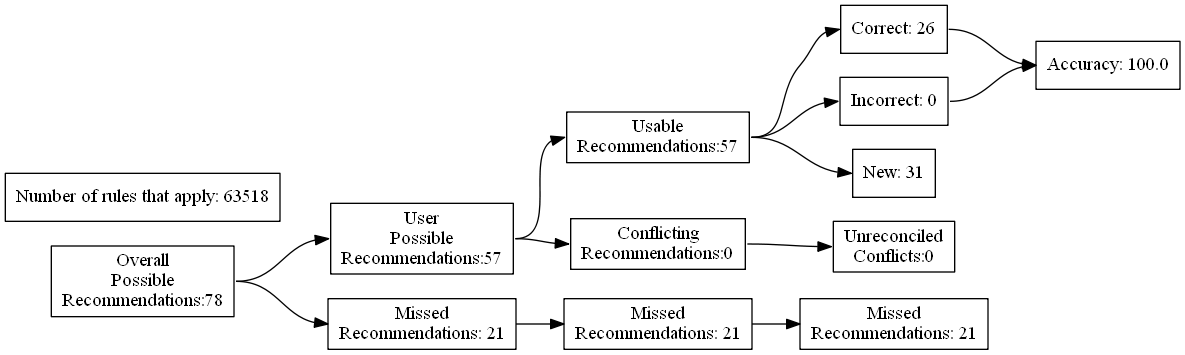
Before: test_renders/4.gv.png, a diagram exported from Graphviz (ZaxR/ibd_diet_analysis). Its source is kept beside it as test_renders/4.gv.
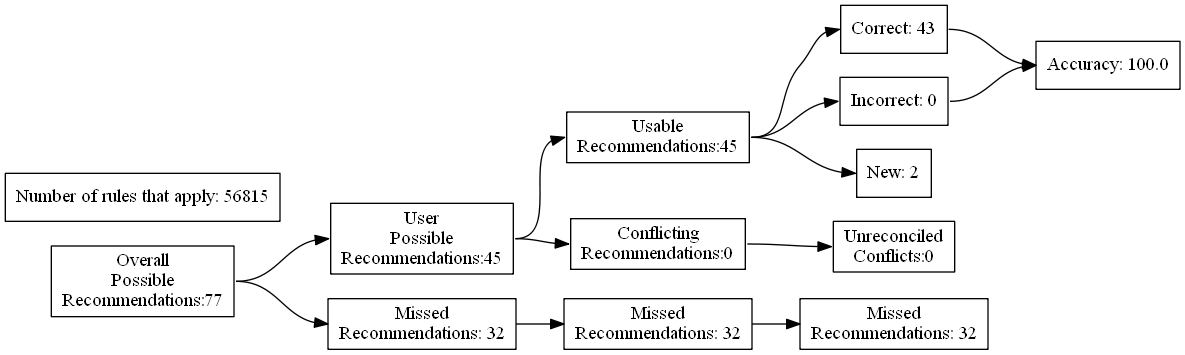
After the change.

Change to the diagram source:
```diff
@@ -4,27 +4,27 @@
 	edge [headport=w tailport=e]
 		A [label="Overall
 Possible
-Recommendations:78"]
+Recommendations:77"]
 		B [label="User
 Possible
-Recommendations:57"]
+Recommendations:45"]
 		C [label="Missed
-Recommendations: 21"]
+Recommendations: 32"]
 		D [label="Usable
-Recommendations:57"]
+Recommendations:45"]
 		E [label="Conflicting
 Recommendations:0"]
 		J [label="Missed
-Recommendations: 21"]
+Recommendations: 32"]
 		M [label="Unreconciled
 Conflicts:0"]
-		F [label="Correct: 26"]
+		F [label="Correct: 43"]
 		G [label="Incorrect: 0"]
-		H [label="New: 31"]
+		H [label="New: 2"]
 		K [label="Missed
-Recommendations: 21"]
+Recommendations: 32"]
 		I [label="Accuracy: 100.0"]
-		l [label="Number of rules that apply: 63518"]
+		l [label="Number of rules that apply: 56815"]
 			A -> B
 			A -> C
 			B -> D
```
